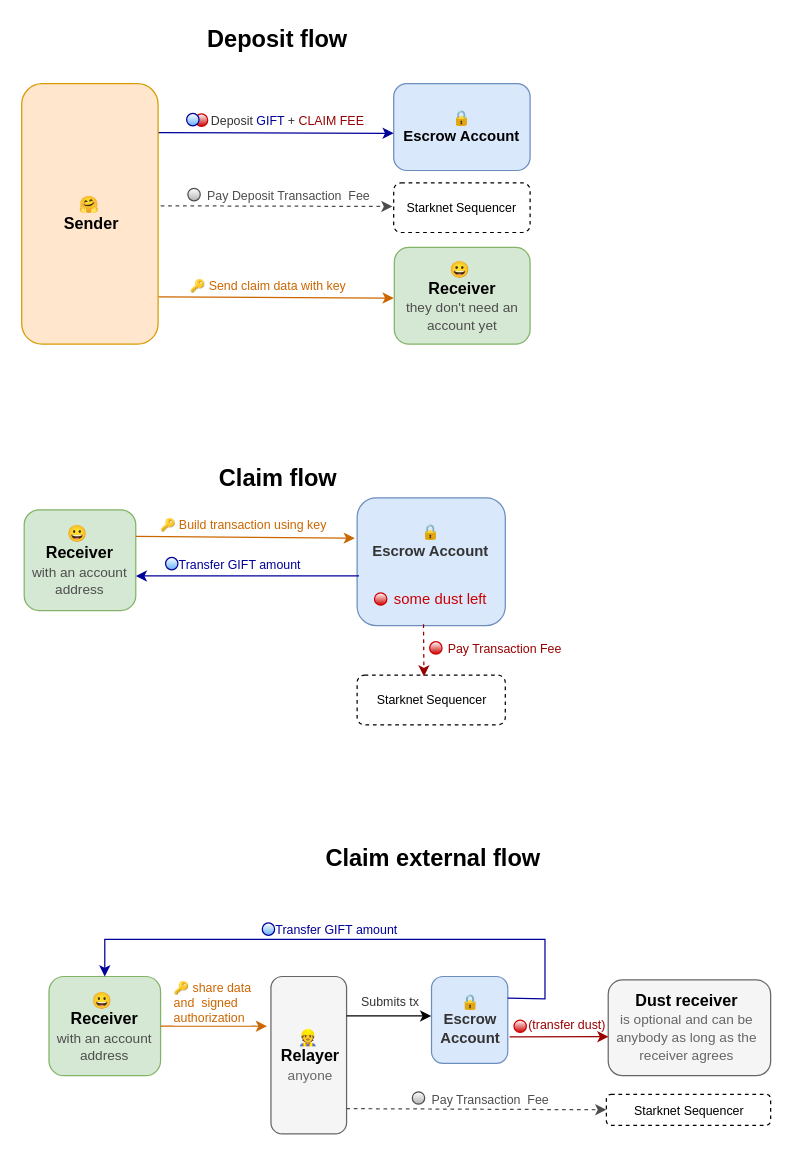
This is docs/diagrams.drawio from argentlabs/argent-gifting-contracts, a draw.io file, before an edit. Source tidied: cells renumbered, new cells numbered last; positions are measured from the earlier drawing's top-left corner, leaving out a move shared by most shapes. Both pictures are drawn from the tidied source at 124%, with x=0, y=0 at pixel (21, 21).
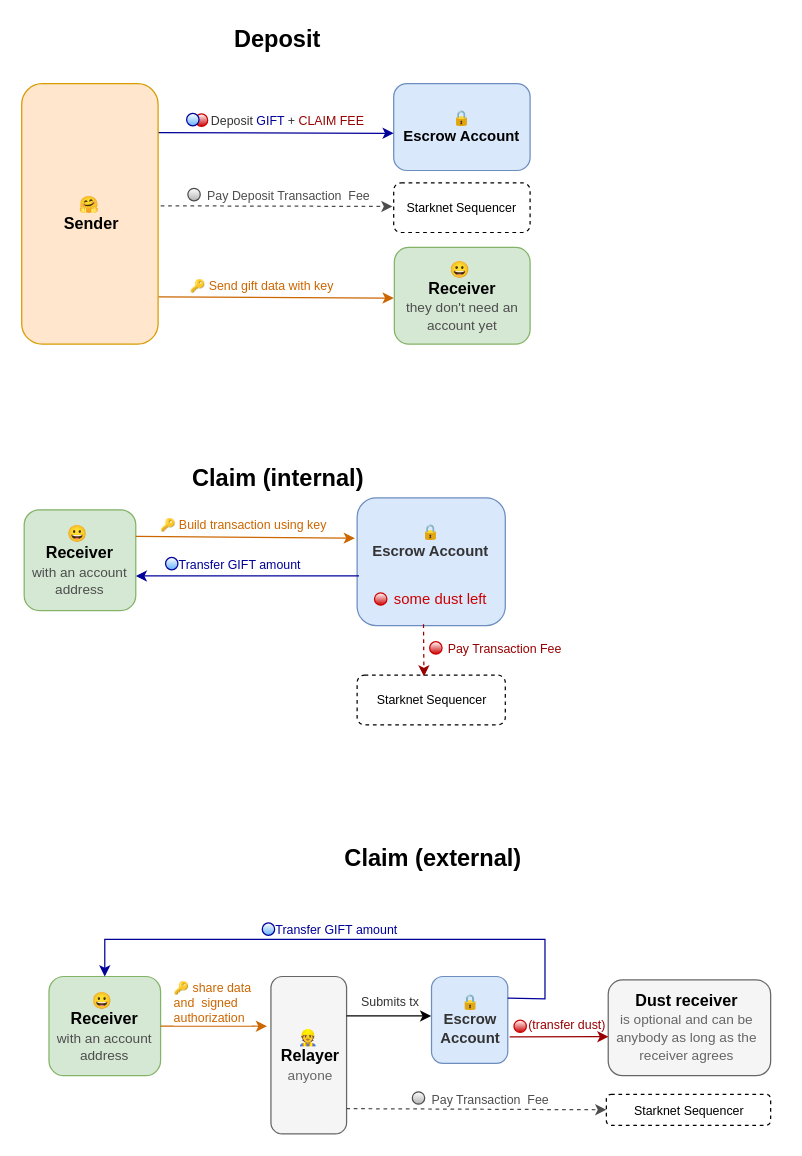
The same diagram, later.

Unchanged cells that the change refers to:
```xml
<mxCell id="55" style="endArrow=classic;html=1;rounded=0;strokeColor=#CC6600;entryX=-0.011;entryY=0.294;entryDx=0;entryDy=0;entryPerimeter=0;exitX=0.912;exitY=0.227;exitDx=0;exitDy=0;exitPerimeter=0;fontColor=#CC6600;" parent="1" edge="1">
  <mxGeometry relative="1" as="geometry">
    <mxPoint x="110.4" y="221.9" as="sourcePoint" />
    <mxPoint x="300" y="222.9" as="targetPoint" />
  </mxGeometry>
</mxCell>
```

What changed in the source:
```diff
@@
-    <mxCell id="16" value="Claim flow" style="text;html=1;align=center;verticalAlign=middle;whiteSpace=wrap;rounded=0;fontStyle=1;fontSize=19;" parent="1" vertex="1">
+    <mxCell id="16" value="Claim (internal)" style="text;html=1;align=center;verticalAlign=middle;whiteSpace=wrap;rounded=0;fontStyle=1;fontSize=19;" parent="1" vertex="1">
       <mxGeometry x="12" y="354" width="390" height="30" as="geometry" />
     </mxCell>
@@
-    <mxCell id="39" value="Claim external flow" style="text;html=1;align=center;verticalAlign=middle;whiteSpace=wrap;rounded=0;fontStyle=1;fontSize=19;" parent="1" vertex="1">
+    <mxCell id="39" value="Claim (external)" style="text;html=1;align=center;verticalAlign=middle;whiteSpace=wrap;rounded=0;fontStyle=1;fontSize=19;" parent="1" vertex="1">
       <mxGeometry x="52" y="660" width="560" height="30" as="geometry" />
     </mxCell>
@@
-    <mxCell id="52" value="Deposit flow" style="text;html=1;align=center;verticalAlign=middle;whiteSpace=wrap;rounded=0;fontStyle=1;fontSize=19;" parent="1" vertex="1">
+    <mxCell id="52" value="Deposit" style="text;html=1;align=center;verticalAlign=middle;whiteSpace=wrap;rounded=0;fontStyle=1;fontSize=19;" parent="1" vertex="1">
       <mxGeometry x="3" width="407" height="30" as="geometry" />
     </mxCell>
@@
-    <mxCell id="56" value="&lt;font style=&quot;font-size: 10px;&quot;&gt;🔑 Send claim data with key&lt;/font&gt;" style="edgeLabel;html=1;align=left;verticalAlign=middle;fontSize=10;fontColor=#CC6600;" parent="55" vertex="1">
+    <mxCell id="56" value="&lt;font style=&quot;font-size: 10px;&quot;&gt;🔑 Send gift data with key&lt;/font&gt;" style="edgeLabel;html=1;align=left;verticalAlign=middle;fontSize=10;fontColor=#CC6600;" parent="55" vertex="1">
       <mxGeometry x="0.05" y="3" relative="1" as="geometry">
         <mxPoint x="-76" y="-7" as="offset" />
       </mxGeometry>
     </mxCell>
```
